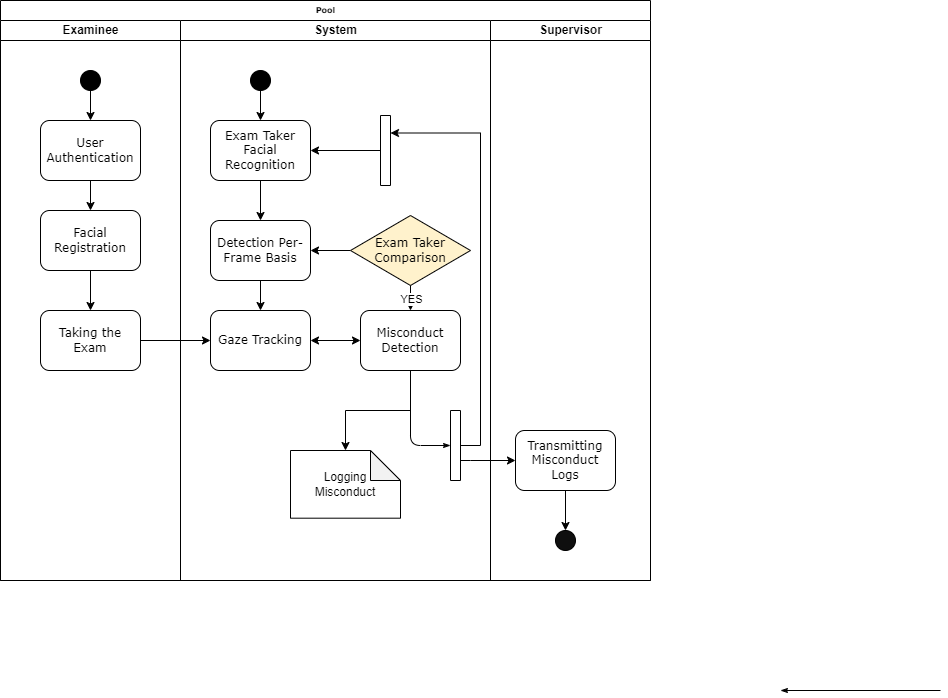
Before: src/assets/img/cheating/usecase.drawio.png, a diagram exported from draw.io (jimniDev/jimniDev.github.io). Source tidied: cells renumbered, new cells last; positions are measured from the earlier drawing's top-left corner, leaving out a move shared by most shapes.
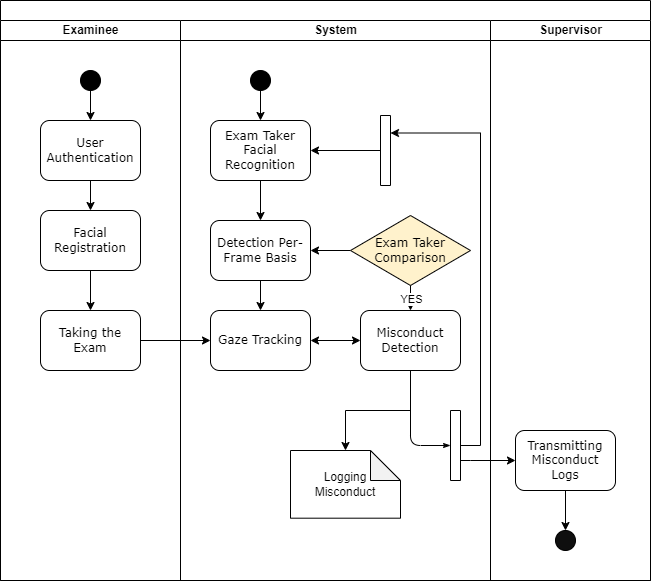
The same diagram one commit later.

The edit, as a diff of the source:
```diff
@@ -2,7 +2,7 @@
   <root>
     <mxCell id="0" />
     <mxCell id="1" parent="0" />
-    <mxCell id="2" value="Pool" style="swimlane;html=1;startSize=20;rounded=0;shadow=0;labelBackgroundColor=none;strokeWidth=1;fontFamily=Verdana;fontSize=8;align=center;" parent="1" vertex="1">
+    <mxCell id="2" style="swimlane;html=1;startSize=20;rounded=0;shadow=0;labelBackgroundColor=none;strokeWidth=1;fontFamily=Verdana;fontSize=8;align=center;" parent="1" vertex="1">
       <mxGeometry width="650" height="580" as="geometry" />
     </mxCell>
     <mxCell id="3" value="Examinee" style="swimlane;html=1;startSize=20;" parent="2" vertex="1">
@@ -29,12 +29,6 @@
     <mxCell id="10" style="ellipse;whiteSpace=wrap;html=1;fillColor=#000000;" parent="3" vertex="1">
       <mxGeometry x="80" y="50" width="20" height="20" as="geometry" />
     </mxCell>
-    <mxCell id="11" style="edgeStyle=orthogonalEdgeStyle;rounded=1;html=1;labelBackgroundColor=none;startArrow=none;startFill=0;startSize=5;endArrow=classicThin;endFill=1;endSize=5;jettySize=auto;orthogonalLoop=1;strokeWidth=1;fontFamily=Verdana;fontSize=8;" parent="2" edge="1">
-      <mxGeometry relative="1" as="geometry">
-        <mxPoint x="940" y="690" as="sourcePoint" />
-        <mxPoint x="780" y="690" as="targetPoint" />
-      </mxGeometry>
-    </mxCell>
     <mxCell id="12" value="System" style="swimlane;html=1;startSize=20;" parent="2" vertex="1">
       <mxGeometry x="180" y="20" width="310" height="560" as="geometry" />
     </mxCell>
```
